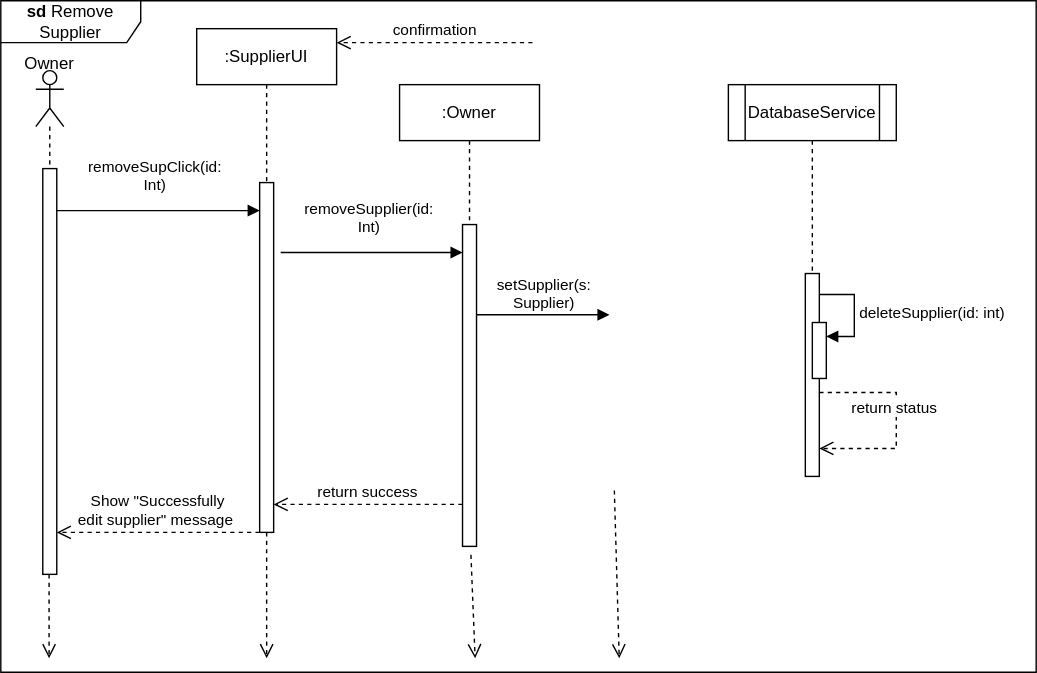
Above: remove_sup.svg in Simamkele88/IFM3_GP (draw.io), before the change. Source tidied: cells renumbered, new cells last; positions are measured from the earlier drawing's top-left corner, leaving out a move shared by most shapes.
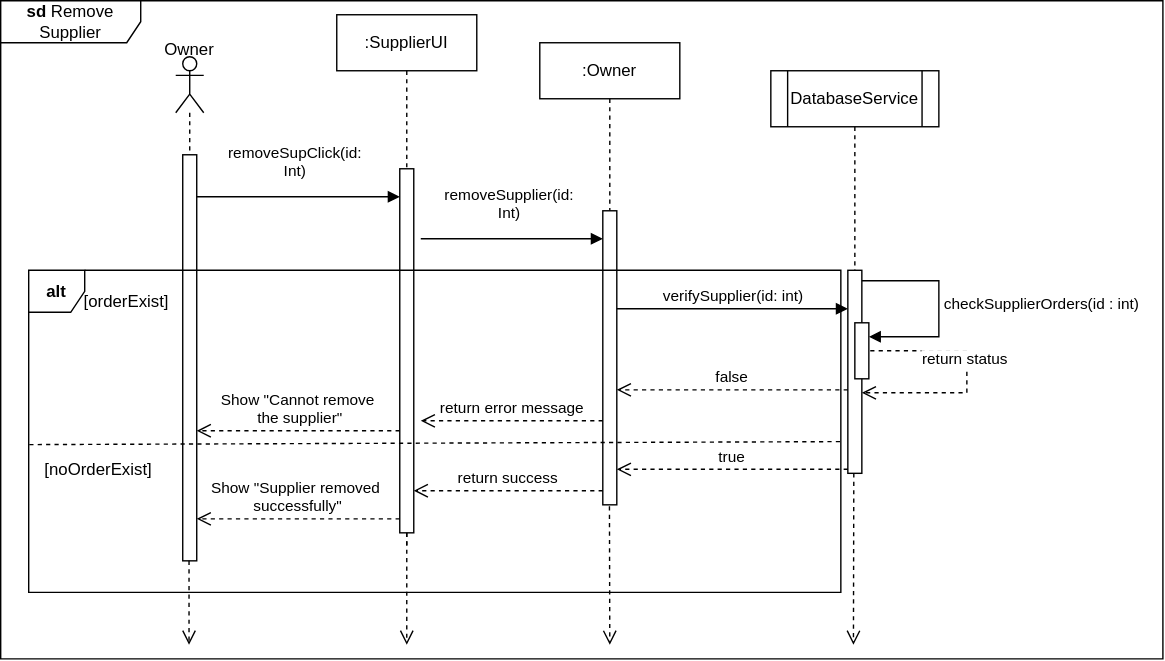
After the commit.

Diff of the diagram source:
```diff
@@ -3,31 +3,31 @@
     <mxCell id="0" />
     <mxCell id="1" parent="0" />
     <mxCell id="2" value="&lt;b&gt;sd&lt;/b&gt; Remove Supplier" style="shape=umlFrame;whiteSpace=wrap;html=1;width=100;height=30;" parent="1" vertex="1">
-      <mxGeometry width="740" height="480" as="geometry" />
+      <mxGeometry x="-100" y="10" width="830" height="470" as="geometry" />
     </mxCell>
     <mxCell id="3" style="shape=umlLifeline;perimeter=lifelinePerimeter;whiteSpace=wrap;html=1;newEdgeStyle={&quot;curved&quot;:0,&quot;rounded&quot;:0};participant=umlActor;" parent="1" vertex="1">
       <mxGeometry x="25" y="50" width="20" height="80" as="geometry" />
     </mxCell>
     <mxCell id="4" value=":SupplierUI" style="shape=umlLifeline;perimeter=lifelinePerimeter;whiteSpace=wrap;html=1;newEdgeStyle={&quot;curved&quot;:0,&quot;rounded&quot;:0};" parent="1" vertex="1">
-      <mxGeometry x="140" y="20" width="100" height="360" as="geometry" />
+      <mxGeometry x="140" y="20" width="100" height="380" as="geometry" />
     </mxCell>
     <mxCell id="5" style="html=1;points=[[0,0,0,0,5],[0,1,0,0,-5],[1,0,0,0,5],[1,1,0,0,-5]];perimeter=orthogonalPerimeter;outlineConnect=0;targetShapes=umlLifeline;portConstraint=eastwest;newEdgeStyle={&quot;curved&quot;:0,&quot;rounded&quot;:0};" parent="4" vertex="1">
-      <mxGeometry x="45" y="110" width="10" height="250" as="geometry" />
+      <mxGeometry x="45" y="110" width="10" height="260" as="geometry" />
     </mxCell>
     <mxCell id="6" style="html=1;points=[[0,0,0,0,5],[0,1,0,0,-5],[1,0,0,0,5],[1,1,0,0,-5]];perimeter=orthogonalPerimeter;outlineConnect=0;targetShapes=umlLifeline;portConstraint=eastwest;newEdgeStyle={&quot;curved&quot;:0,&quot;rounded&quot;:0};" parent="1" vertex="1">
       <mxGeometry x="30" y="120" width="10" height="290" as="geometry" />
     </mxCell>
     <mxCell id="7" value=":Owner" style="shape=umlLifeline;perimeter=lifelinePerimeter;whiteSpace=wrap;html=1;newEdgeStyle={&quot;curved&quot;:0,&quot;rounded&quot;:0};" parent="1" vertex="1">
-      <mxGeometry x="285" y="60" width="100" height="120" as="geometry" />
+      <mxGeometry x="285" y="40" width="100" height="120" as="geometry" />
     </mxCell>
     <mxCell id="8" style="html=1;points=[[0,0,0,0,5],[0,1,0,0,-5],[1,0,0,0,5],[1,1,0,0,-5]];perimeter=orthogonalPerimeter;outlineConnect=0;targetShapes=umlLifeline;portConstraint=eastwest;newEdgeStyle={&quot;curved&quot;:0,&quot;rounded&quot;:0};" parent="1" vertex="1">
-      <mxGeometry x="330" y="160" width="10" height="230" as="geometry" />
+      <mxGeometry x="330" y="160" width="10" height="210" as="geometry" />
     </mxCell>
     <mxCell id="9" value="DatabaseService" style="shape=process;whiteSpace=wrap;html=1;backgroundOutline=1;" parent="1" vertex="1">
-      <mxGeometry x="520" y="60" width="120" height="40" as="geometry" />
+      <mxGeometry x="450" y="60" width="120" height="40" as="geometry" />
     </mxCell>
     <mxCell id="10" style="html=1;points=[[0,0,0,0,5],[0,1,0,0,-5],[1,0,0,0,5],[1,1,0,0,-5]];perimeter=orthogonalPerimeter;outlineConnect=0;targetShapes=umlLifeline;portConstraint=eastwest;newEdgeStyle={&quot;curved&quot;:0,&quot;rounded&quot;:0};" parent="1" vertex="1">
-      <mxGeometry x="575" y="195" width="10" height="145" as="geometry" />
+      <mxGeometry x="505" y="202.5" width="10" height="145" as="geometry" />
     </mxCell>
     <mxCell id="11" style="html=1;verticalAlign=bottom;endArrow=none;dashed=1;endSize=8;curved=0;rounded=0;startFill=0;exitX=0.5;exitY=1;exitDx=0;exitDy=0;" parent="1" edge="1" source="9" target="10">
       <mxGeometry relative="1" as="geometry" />
@@ -37,42 +37,25 @@
         <mxPoint x="190" y="470" as="targetPoint" />
       </mxGeometry>
     </mxCell>
-    <mxCell id="13" style="html=1;verticalAlign=bottom;endArrow=open;dashed=1;endSize=8;curved=0;rounded=0;exitX=0.6;exitY=1.026;exitDx=0;exitDy=0;exitPerimeter=0;" parent="1" edge="1" source="8">
-      <mxGeometry relative="1" as="geometry">
-        <mxPoint x="339" y="470" as="targetPoint" />
-      </mxGeometry>
-    </mxCell>
     <mxCell id="14" value="return status&amp;nbsp;" style="html=1;verticalAlign=bottom;endArrow=open;dashed=1;endSize=8;rounded=0;edgeStyle=orthogonalEdgeStyle;" parent="1" edge="1" source="10" target="10">
       <mxGeometry relative="1" as="geometry">
         <Array as="points">
-          <mxPoint x="640" y="280" />
-          <mxPoint x="640" y="320" />
+          <mxPoint x="590" y="260" />
+          <mxPoint x="590" y="290" />
         </Array>
       </mxGeometry>
     </mxCell>
     <mxCell id="15" value="Owner" style="text;html=1;align=center;verticalAlign=middle;whiteSpace=wrap;rounded=0;" parent="1" vertex="1">
       <mxGeometry x="5" y="30" width="60" height="30" as="geometry" />
     </mxCell>
-    <mxCell id="16" value="return success" style="html=1;verticalAlign=bottom;endArrow=open;dashed=1;endSize=8;curved=0;rounded=0;" parent="1" edge="1">
-      <mxGeometry relative="1" as="geometry">
-        <mxPoint x="330" y="360" as="sourcePoint" />
-        <mxPoint x="195" y="360" as="targetPoint" />
-      </mxGeometry>
-    </mxCell>
-    <mxCell id="17" value="Show &quot;Successfully&lt;div&gt;edit supplier&quot; message&amp;nbsp;&lt;/div&gt;" style="html=1;verticalAlign=bottom;endArrow=open;dashed=1;endSize=8;curved=0;rounded=0;" parent="1" edge="1">
-      <mxGeometry relative="1" as="geometry">
-        <mxPoint x="185" y="380" as="sourcePoint" />
-        <mxPoint x="40" y="380" as="targetPoint" />
-      </mxGeometry>
-    </mxCell>
     <mxCell id="18" style="html=1;points=[[0,0,0,0,5],[0,1,0,0,-5],[1,0,0,0,5],[1,1,0,0,-5]];perimeter=orthogonalPerimeter;outlineConnect=0;targetShapes=umlLifeline;portConstraint=eastwest;newEdgeStyle={&quot;curved&quot;:0,&quot;rounded&quot;:0};" parent="1" vertex="1">
-      <mxGeometry x="580" y="230" width="10" height="40" as="geometry" />
+      <mxGeometry x="510" y="240" width="10" height="40" as="geometry" />
     </mxCell>
-    <mxCell id="19" value="deleteSupplier(&lt;span style=&quot;background-color: light-dark(#ffffff, var(--ge-dark-color, #121212)); color: light-dark(rgb(0, 0, 0), rgb(255, 255, 255));&quot;&gt;id: int)&lt;/span&gt;" style="html=1;align=left;spacingLeft=2;endArrow=block;rounded=0;edgeStyle=orthogonalEdgeStyle;curved=0;rounded=0;" parent="1" edge="1" source="10" target="18">
+    <mxCell id="19" value="checkSupplierOrders(id : int)" style="html=1;align=left;spacingLeft=2;endArrow=block;rounded=0;edgeStyle=orthogonalEdgeStyle;curved=0;rounded=0;" parent="1" edge="1" source="10" target="18">
       <mxGeometry relative="1" as="geometry">
         <Array as="points">
-          <mxPoint x="610" y="210" />
-          <mxPoint x="610" y="240" />
+          <mxPoint x="570" y="210" />
+          <mxPoint x="570" y="250" />
         </Array>
       </mxGeometry>
     </mxCell>
@@ -83,30 +66,12 @@
         <mxPoint y="1" as="offset" />
       </mxGeometry>
     </mxCell>
-    <mxCell id="21" style="html=1;verticalAlign=bottom;endArrow=open;dashed=1;endSize=8;curved=0;rounded=0;exitX=0.6;exitY=1.026;exitDx=0;exitDy=0;exitPerimeter=0;" parent="1" edge="1">
-      <mxGeometry relative="1" as="geometry">
-        <mxPoint x="438.5" y="350" as="sourcePoint" />
-        <mxPoint x="442" y="470" as="targetPoint" />
-      </mxGeometry>
-    </mxCell>
     <mxCell id="22" style="html=1;verticalAlign=bottom;endArrow=open;dashed=1;endSize=8;curved=0;rounded=0;" parent="1" edge="1">
       <mxGeometry relative="1" as="geometry">
         <mxPoint x="34.5" y="410" as="sourcePoint" />
         <mxPoint x="34.5" y="470" as="targetPoint" />
       </mxGeometry>
     </mxCell>
-    <mxCell id="23" value="setSupplier(s:&lt;div&gt;Supplier)&lt;/div&gt;" style="html=1;verticalAlign=bottom;endArrow=block;curved=0;rounded=0;" parent="1" edge="1">
-      <mxGeometry relative="1" as="geometry">
-        <mxPoint x="340" y="224.5" as="sourcePoint" />
-        <mxPoint x="435" y="224.5" as="targetPoint" />
-      </mxGeometry>
-    </mxCell>
-    <mxCell id="24" value="confirmation" style="html=1;verticalAlign=bottom;endArrow=open;dashed=1;endSize=8;curved=0;rounded=0;" parent="1" edge="1">
-      <mxGeometry relative="1" as="geometry">
-        <mxPoint x="380" y="30" as="sourcePoint" />
-        <mxPoint x="240" y="30" as="targetPoint" />
-      </mxGeometry>
-    </mxCell>
     <mxCell id="25" value="removeSupClick(id:&lt;div&gt;Int)&lt;/div&gt;" style="html=1;verticalAlign=bottom;endArrow=block;curved=0;rounded=0;" parent="1" edge="1">
       <mxGeometry x="-0.04" y="10" relative="1" as="geometry">
         <mxPoint x="40" y="150" as="sourcePoint" />
@@ -114,5 +79,63 @@
         <mxPoint y="1" as="offset" />
       </mxGeometry>
     </mxCell>
+    <mxCell id="26" value="&lt;b&gt;alt&lt;/b&gt;" style="shape=umlFrame;whiteSpace=wrap;html=1;width=40;height=30;" parent="1" vertex="1">
+      <mxGeometry x="-80" y="202.5" width="580" height="230" as="geometry" />
+    </mxCell>
+    <mxCell id="27" style="html=1;verticalAlign=bottom;endArrow=none;dashed=1;endSize=8;curved=0;rounded=0;exitX=0.999;exitY=0.532;exitDx=0;exitDy=0;exitPerimeter=0;startFill=0;" parent="26" edge="1" source="26">
+      <mxGeometry relative="1" as="geometry">
+        <mxPoint y="124.5" as="targetPoint" />
+      </mxGeometry>
+    </mxCell>
+    <mxCell id="28" value="[orderExist]" style="text;html=1;align=center;verticalAlign=middle;whiteSpace=wrap;rounded=0;" parent="26" vertex="1">
+      <mxGeometry x="40" y="7.5" width="60" height="30" as="geometry" />
+    </mxCell>
+    <mxCell id="29" value="[noOrderExist]" style="text;html=1;align=center;verticalAlign=middle;whiteSpace=wrap;rounded=0;" parent="26" vertex="1">
+      <mxGeometry x="20" y="127.5" width="60" height="30" as="geometry" />
+    </mxCell>
+    <mxCell id="30" value="return error message" style="html=1;verticalAlign=bottom;endArrow=open;dashed=1;endSize=8;curved=0;rounded=0;" parent="26" edge="1">
+      <mxGeometry relative="1" as="geometry">
+        <mxPoint x="410" y="107.5" as="sourcePoint" />
+        <mxPoint x="280" y="107.5" as="targetPoint" />
+      </mxGeometry>
+    </mxCell>
+    <mxCell id="31" value="verifySupplier(id: int)" style="html=1;verticalAlign=bottom;endArrow=block;curved=0;rounded=0;" parent="26" edge="1" target="10">
+      <mxGeometry relative="1" as="geometry">
+        <mxPoint x="420" y="27.5" as="sourcePoint" />
+      </mxGeometry>
+    </mxCell>
+    <mxCell id="32" value="Show &quot;Cannot remove&lt;div&gt;&amp;nbsp;the supplier&quot;&lt;/div&gt;" style="html=1;verticalAlign=bottom;endArrow=open;dashed=1;endSize=8;curved=0;rounded=0;" parent="26" edge="1" source="5">
+      <mxGeometry relative="1" as="geometry">
+        <mxPoint x="120" y="114.6" as="targetPoint" />
+      </mxGeometry>
+    </mxCell>
+    <mxCell id="33" value="true" style="html=1;verticalAlign=bottom;endArrow=open;dashed=1;endSize=8;curved=0;rounded=0;entryX=1;entryY=0.609;entryDx=0;entryDy=0;entryPerimeter=0;" parent="26" edge="1">
+      <mxGeometry relative="1" as="geometry">
+        <mxPoint x="585" y="142.1" as="sourcePoint" />
+        <mxPoint x="420" y="142.1" as="targetPoint" />
+      </mxGeometry>
+    </mxCell>
+    <mxCell id="34" value="Show &quot;Supplier removed&amp;nbsp;&lt;div&gt;successfully&quot;&lt;/div&gt;" style="html=1;verticalAlign=bottom;endArrow=open;dashed=1;endSize=8;curved=0;rounded=0;exitX=0;exitY=0.952;exitDx=0;exitDy=0;exitPerimeter=0;" parent="26" edge="1" target="6">
+      <mxGeometry relative="1" as="geometry">
+        <mxPoint x="265" y="177.5" as="sourcePoint" />
+      </mxGeometry>
+    </mxCell>
+    <mxCell id="35" style="html=1;verticalAlign=bottom;endArrow=open;dashed=1;endSize=8;curved=0;rounded=0;exitX=0.475;exitY=1.005;exitDx=0;exitDy=0;exitPerimeter=0;" parent="1" edge="1" source="8">
+      <mxGeometry relative="1" as="geometry">
+        <mxPoint x="335" y="470" as="targetPoint" />
+      </mxGeometry>
+    </mxCell>
+    <mxCell id="36" value="false" style="html=1;verticalAlign=bottom;endArrow=open;dashed=1;endSize=8;curved=0;rounded=0;entryX=1;entryY=0.609;entryDx=0;entryDy=0;entryPerimeter=0;" parent="1" edge="1" source="10" target="8">
+      <mxGeometry relative="1" as="geometry" />
+    </mxCell>
+    <mxCell id="37" style="html=1;verticalAlign=bottom;endArrow=open;dashed=1;endSize=8;curved=0;rounded=0;exitX=0.475;exitY=1.005;exitDx=0;exitDy=0;exitPerimeter=0;" parent="1" edge="1">
+      <mxGeometry relative="1" as="geometry">
+        <mxPoint x="509.3" y="347.5" as="sourcePoint" />
+        <mxPoint x="509" y="470" as="targetPoint" />
+      </mxGeometry>
+    </mxCell>
+    <mxCell id="16" value="return success" style="html=1;verticalAlign=bottom;endArrow=open;dashed=1;endSize=8;curved=0;rounded=0;exitX=0;exitY=0.952;exitDx=0;exitDy=0;exitPerimeter=0;" parent="1" edge="1" source="8" target="5">
+      <mxGeometry relative="1" as="geometry" />
+    </mxCell>
   </root>
 </mxGraphModel>
```
